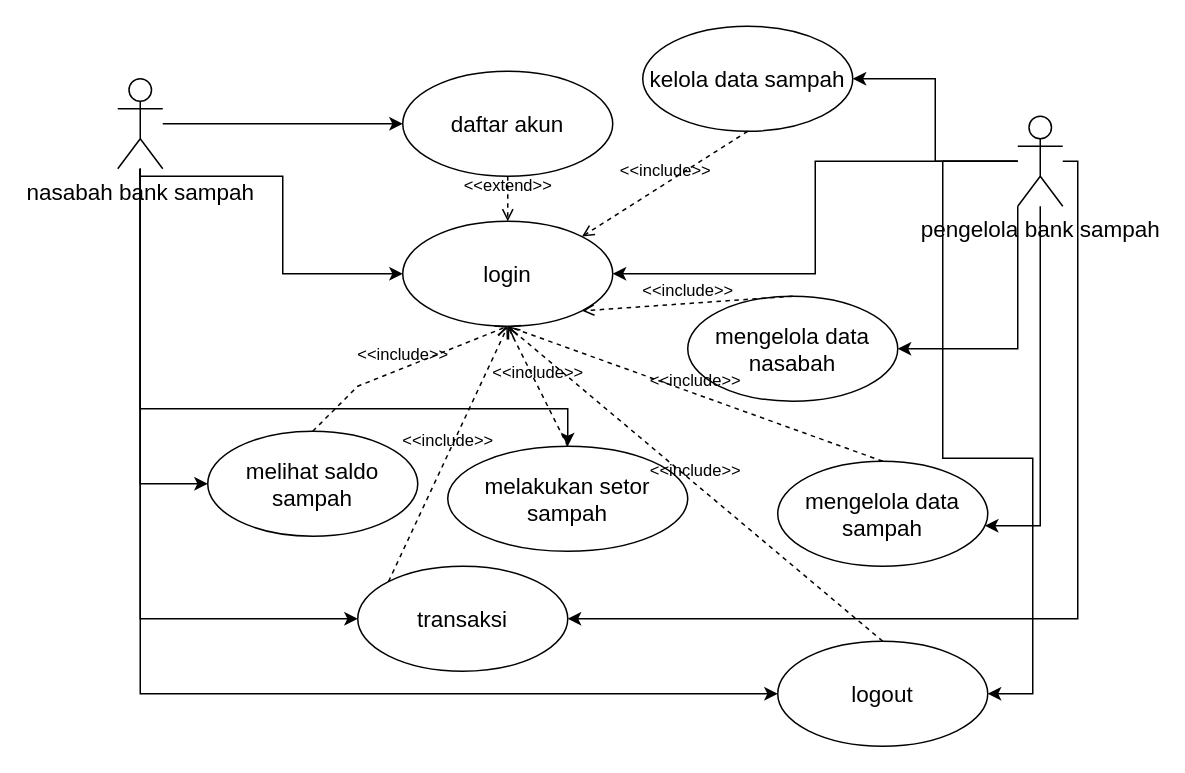
Earlier version of the draw.io diagram page "use case" (1 of 13) of Untitled Diagram.drawio (dreamergirl01/uml_bankSampah). Source tidied: cells renumbered, new cells numbered last; positions are measured from the earlier drawing's top-left corner, leaving out a move shared by most shapes. Both pictures are drawn from the tidied source at 150%, with x=0, y=0 at pixel (117, 26).
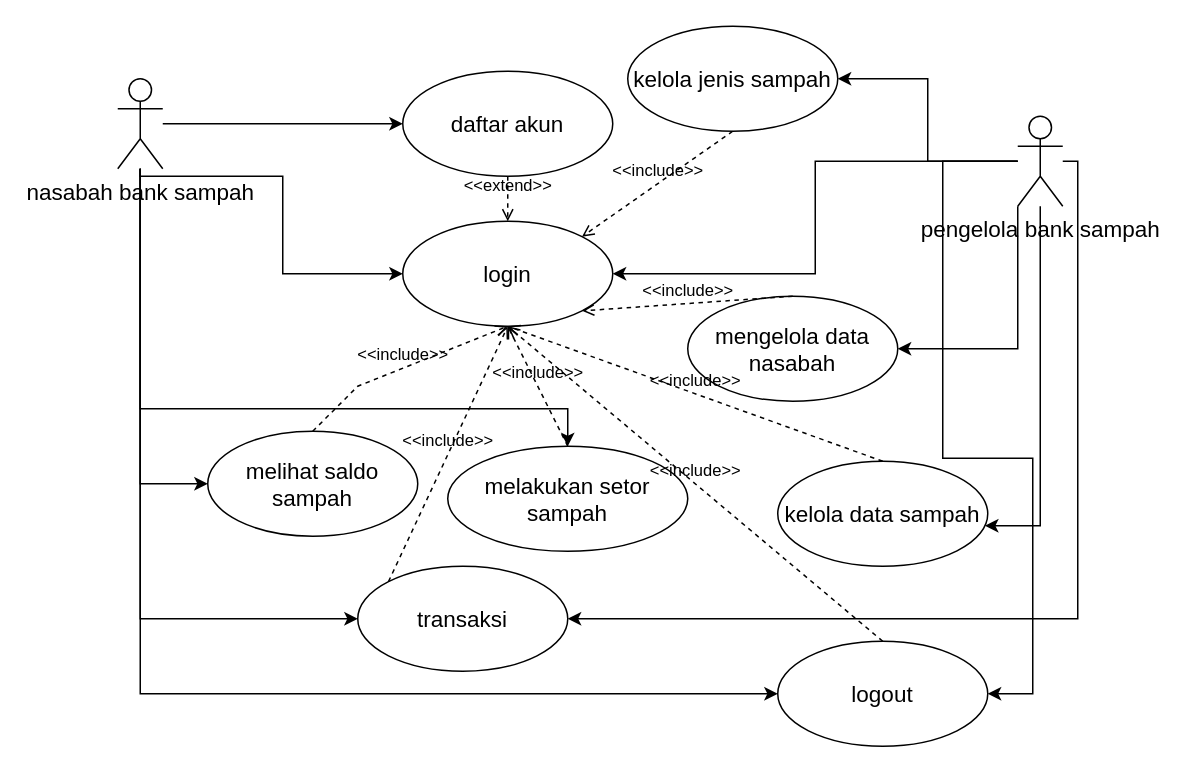
Above is the later version.

Diff of the diagram source:
```diff
@@
-    <mxCell id="22" value="mengelola data sampah" style="ellipse;whiteSpace=wrap;html=1;fontSize=15;" parent="1" vertex="1">
+    <mxCell id="22" value="kelola data sampah" style="ellipse;whiteSpace=wrap;html=1;fontSize=15;" parent="1" vertex="1">
       <mxGeometry x="440" y="290" width="140" height="70" as="geometry" />
     </mxCell>
@@
-    <mxCell id="31" value="kelola data sampah" style="ellipse;whiteSpace=wrap;html=1;fontSize=15;" parent="1" vertex="1">
-      <mxGeometry x="350" width="140" height="70" as="geometry" />
+    <mxCell id="31" value="kelola jenis sampah" style="ellipse;whiteSpace=wrap;html=1;fontSize=15;" parent="1" vertex="1">
+      <mxGeometry x="340" width="140" height="70" as="geometry" />
     </mxCell>
```
